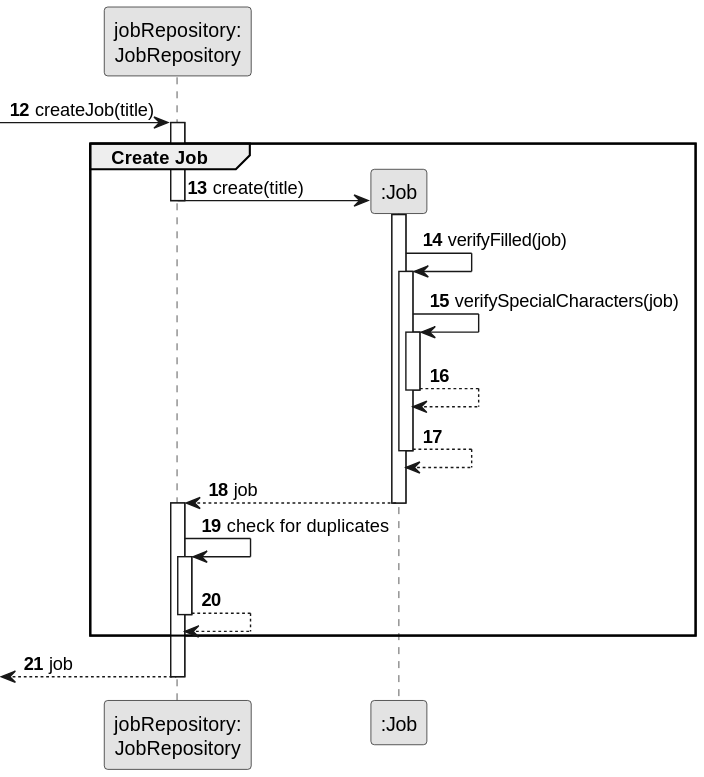
ricardomm7/leaflink keeps this PlantUML diagram as docs/sprintB/us002/03.design/svg/us002-sequence-diagram-partial-create-job.svg. Above is the earlier version.
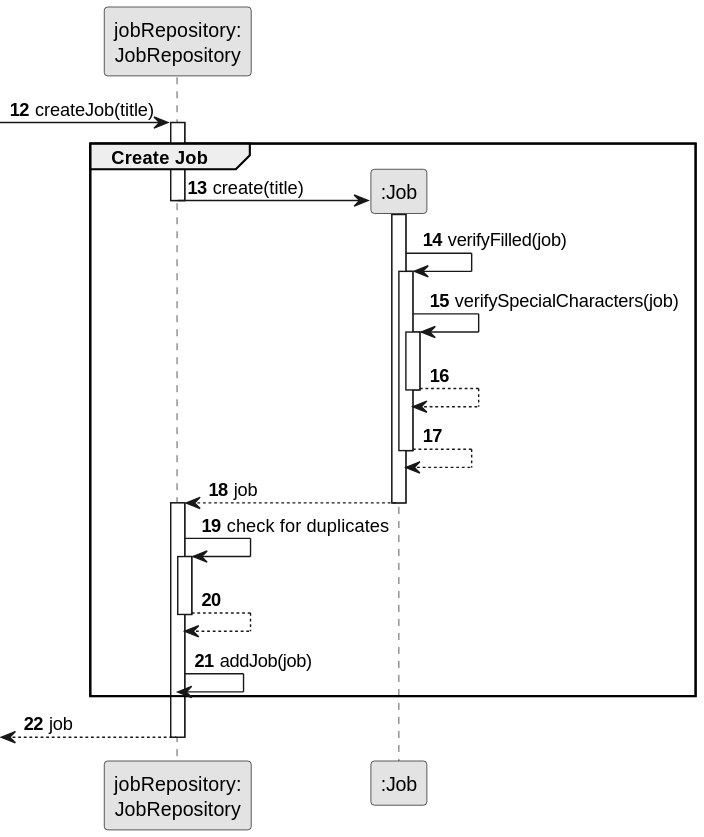
After the commit.

Diff of the diagram source:
```diff
@@ -31,6 +31,7 @@
     activate JobRepository
     JobRepository --> JobRepository
 deactivate JobRepository
+    JobRepository -> JobRepository: addJob(job)
     deactivate Job
 end
 <-- JobRepository : job
```
